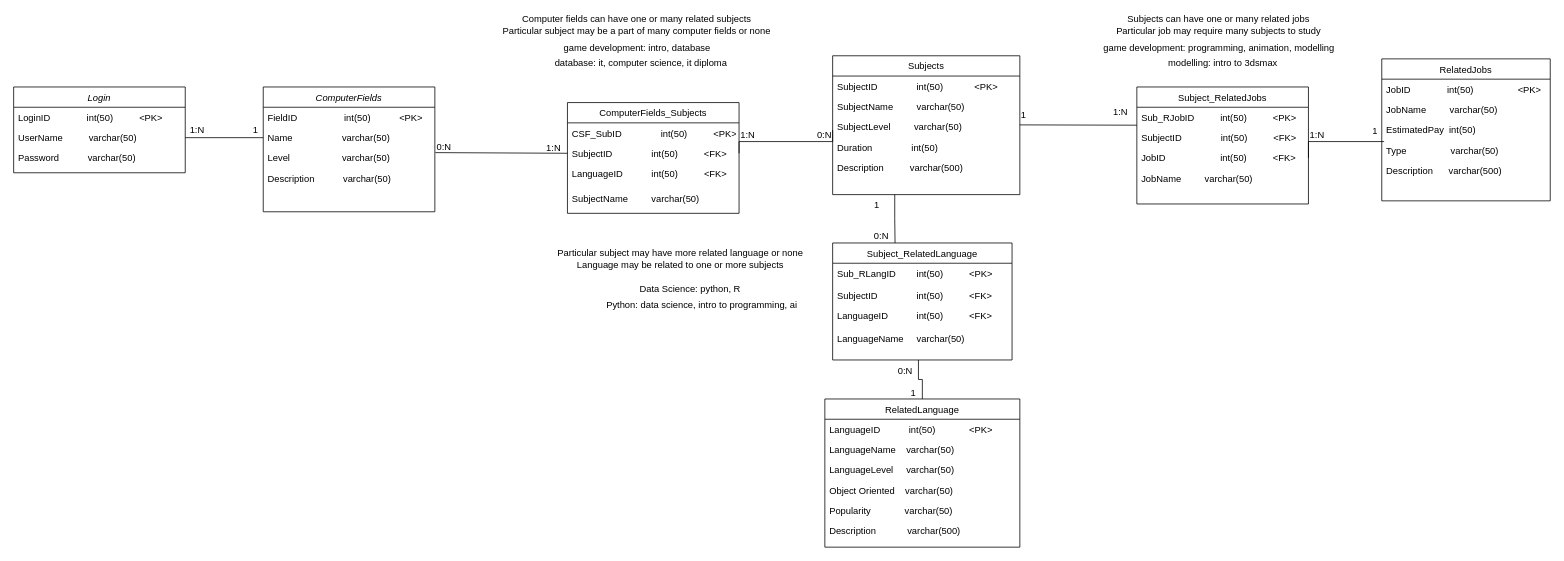
Earlier version of the draw.io diagram Artifacts/erd2.drawio (nikunj3011/DBProgrammingProject). Source tidied: cells renumbered, new cells numbered last; positions are measured from the earlier drawing's top-left corner, leaving out a move shared by most shapes. Both pictures are drawn from the tidied source at 78%, with x=0, y=0 at pixel (13, 16).
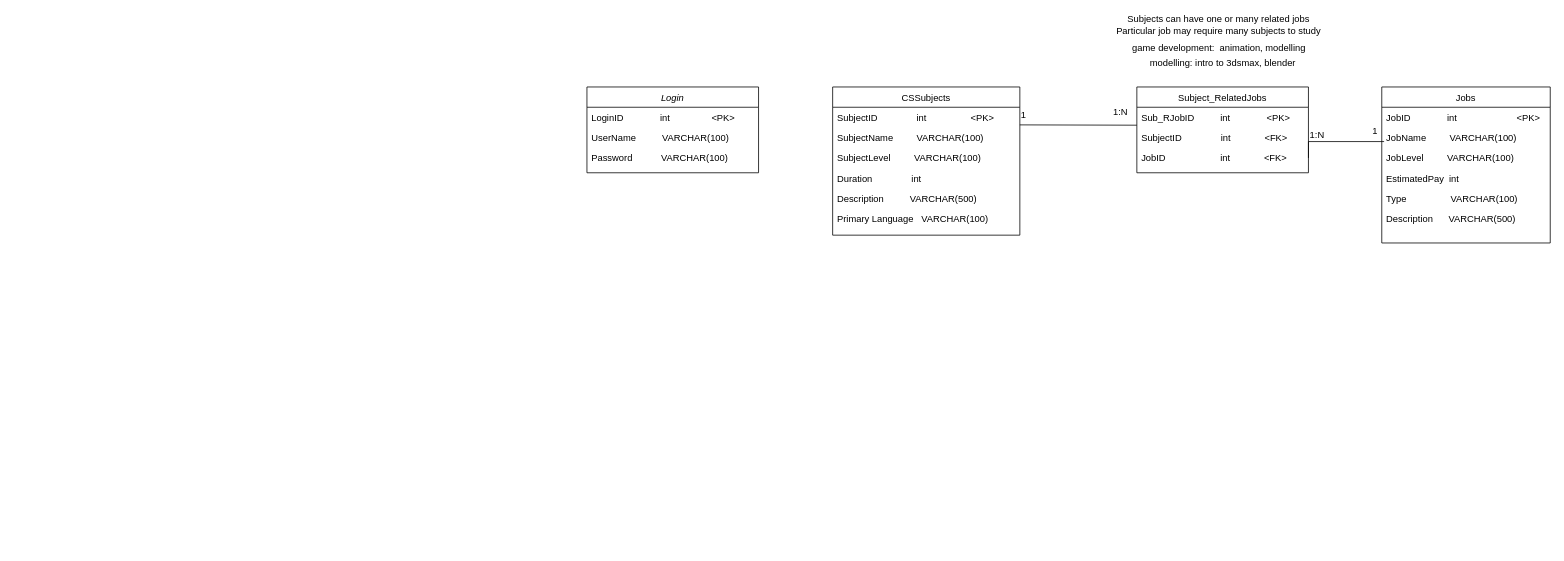
The same page after the edit.

The edit, as a diff of the source:
```diff
@@
-    <mxCell id="2" value="ComputerFields" style="swimlane;fontStyle=2;align=center;verticalAlign=top;horizontal=1;startSize=26;rounded=0;shadow=0;strokeWidth=1;" parent="1" vertex="1">
-      <mxGeometry x="320" y="90" width="220" height="160" as="geometry" />
-    </mxCell>
-    <mxCell id="3" value="FieldID                  int(50)           &lt;PK&gt;" style="text;align=left;verticalAlign=top;spacingLeft=4;spacingRight=4;overflow=hidden;" parent="2" vertex="1">
-      <mxGeometry y="26" width="220" height="26" as="geometry" />
-    </mxCell>
-    <mxCell id="4" value="Name                   varchar(50)" style="text;align=left;verticalAlign=top;spacingLeft=4;spacingRight=4;overflow=hidden;" parent="2" vertex="1">
-      <mxGeometry y="52" width="220" height="26" as="geometry" />
-    </mxCell>
-    <mxCell id="5" value="Level                    varchar(50)&#10;" style="text;align=left;verticalAlign=top;spacingLeft=4;spacingRight=4;overflow=hidden;points=[[0,0.5],[1,0.5]];portConstraint=eastwest;rounded=0;shadow=0;html=0;" parent="2" vertex="1">
-      <mxGeometry y="78" width="220" height="26" as="geometry" />
-    </mxCell>
-    <mxCell id="6" value="Description           varchar(50)" style="text;align=left;verticalAlign=top;spacingLeft=4;spacingRight=4;overflow=hidden;rounded=0;shadow=0;html=0;" parent="2" vertex="1">
-      <mxGeometry y="104" width="220" height="56" as="geometry" />
-    </mxCell>
-    <mxCell id="7" value="Subjects" style="swimlane;fontStyle=0;align=center;verticalAlign=top;horizontal=1;startSize=26;rounded=0;shadow=0;strokeWidth=1;" parent="1" vertex="1">
-      <mxGeometry x="1050" y="50" width="240" height="178" as="geometry" />
+    <mxCell id="7" value="CSSubjects" style="swimlane;fontStyle=0;align=center;verticalAlign=top;horizontal=1;startSize=26;rounded=0;shadow=0;strokeWidth=1;" parent="1" vertex="1">
+      <mxGeometry x="1050" y="90" width="240" height="190" as="geometry" />
     </mxCell>
-    <mxCell id="8" value="SubjectID               int(50)            &lt;PK&gt;&#10; " style="text;align=left;verticalAlign=top;spacingLeft=4;spacingRight=4;overflow=hidden;rounded=0;shadow=0;html=0;" parent="7" vertex="1">
+    <mxCell id="8" value="SubjectID               int                 &lt;PK&gt;&#10; " style="text;align=left;verticalAlign=top;spacingLeft=4;spacingRight=4;overflow=hidden;rounded=0;shadow=0;html=0;" parent="7" vertex="1">
       <mxGeometry y="26" width="240" height="26" as="geometry" />
     </mxCell>
-    <mxCell id="9" value="SubjectName         varchar(50)&#10;  " style="text;align=left;verticalAlign=top;spacingLeft=4;spacingRight=4;overflow=hidden;" parent="7" vertex="1">
+    <mxCell id="9" value="SubjectName         VARCHAR(100)&#10;  " style="text;align=left;verticalAlign=top;spacingLeft=4;spacingRight=4;overflow=hidden;" parent="7" vertex="1">
       <mxGeometry y="52" width="240" height="26" as="geometry" />
     </mxCell>
-    <mxCell id="10" value="SubjectLevel         varchar(50)" style="text;align=left;verticalAlign=top;spacingLeft=4;spacingRight=4;overflow=hidden;rounded=0;shadow=0;html=0;" parent="7" vertex="1">
+    <mxCell id="10" value="SubjectLevel         VARCHAR(100)" style="text;align=left;verticalAlign=top;spacingLeft=4;spacingRight=4;overflow=hidden;rounded=0;shadow=0;html=0;" parent="7" vertex="1">
       <mxGeometry y="78" width="240" height="26" as="geometry" />
     </mxCell>
-    <mxCell id="11" value="Duration               int(50)" style="text;align=left;verticalAlign=top;spacingLeft=4;spacingRight=4;overflow=hidden;rounded=0;shadow=0;html=0;" parent="7" vertex="1">
+    <mxCell id="11" value="Duration               int" style="text;align=left;verticalAlign=top;spacingLeft=4;spacingRight=4;overflow=hidden;rounded=0;shadow=0;html=0;" parent="7" vertex="1">
       <mxGeometry y="104" width="240" height="26" as="geometry" />
     </mxCell>
-    <mxCell id="12" value="Description          varchar(500)" style="text;align=left;verticalAlign=top;spacingLeft=4;spacingRight=4;overflow=hidden;rounded=0;shadow=0;html=0;" parent="7" vertex="1">
+    <mxCell id="12" value="Description          VARCHAR(500)" style="text;align=left;verticalAlign=top;spacingLeft=4;spacingRight=4;overflow=hidden;rounded=0;shadow=0;html=0;" parent="7" vertex="1">
       <mxGeometry y="130" width="240" height="26" as="geometry" />
     </mxCell>
-    <mxCell id="13" style="endArrow=none;shadow=0;strokeWidth=1;rounded=0;endFill=1;edgeStyle=elbowEdgeStyle;elbow=vertical;entryX=0;entryY=0.5;entryDx=0;entryDy=0;exitX=1.003;exitY=0.237;exitDx=0;exitDy=0;exitPerimeter=0;" parent="1" edge="1" source="5" target="69">
-      <mxGeometry x="0.5" y="41" relative="1" as="geometry">
-        <mxPoint x="-40" y="32" as="offset" />
-      </mxGeometry>
-    </mxCell>
-    <mxCell id="14" value="0:N" style="align=left;verticalAlign=bottom;labelBackgroundColor=none;fontSize=12;" parent="13" vertex="1">
-      <mxGeometry x="-1" relative="1" as="geometry">
-        <mxPoint y="1.2" as="offset" />
-      </mxGeometry>
-    </mxCell>
-    <mxCell id="15" value="1:N" style="align=right;verticalAlign=bottom;labelBackgroundColor=none;fontSize=12;" parent="13" vertex="1">
-      <mxGeometry x="1" relative="1" as="geometry">
-        <mxPoint x="-7" y="1.2" as="offset" />
-      </mxGeometry>
-    </mxCell>
-    <mxCell id="16" value="RelatedLanguage" style="swimlane;fontStyle=0;align=center;verticalAlign=top;horizontal=1;startSize=26;rounded=0;shadow=0;strokeWidth=1;" parent="1" vertex="1">
-      <mxGeometry x="1040" y="490" width="250" height="190" as="geometry" />
-    </mxCell>
-    <mxCell id="17" value="LanguageID           int(50)             &lt;PK&gt;&#10;" style="text;align=left;verticalAlign=top;spacingLeft=4;spacingRight=4;overflow=hidden;" parent="16" vertex="1">
-      <mxGeometry y="26" width="250" height="26" as="geometry" />
-    </mxCell>
-    <mxCell id="18" value="LanguageName    varchar(50)" style="text;align=left;verticalAlign=top;spacingLeft=4;spacingRight=4;overflow=hidden;" parent="16" vertex="1">
-      <mxGeometry y="52" width="250" height="26" as="geometry" />
-    </mxCell>
-    <mxCell id="19" value="LanguageLevel     varchar(50)&#10;" style="text;align=left;verticalAlign=top;spacingLeft=4;spacingRight=4;overflow=hidden;rounded=0;shadow=0;html=0;" parent="16" vertex="1">
-      <mxGeometry y="78" width="250" height="26" as="geometry" />
-    </mxCell>
-    <mxCell id="20" value="Object Oriented    varchar(50)&#10;" style="text;align=left;verticalAlign=top;spacingLeft=4;spacingRight=4;overflow=hidden;rounded=0;shadow=0;html=0;" parent="16" vertex="1">
-      <mxGeometry y="104" width="250" height="26" as="geometry" />
-    </mxCell>
-    <mxCell id="21" value="Popularity             varchar(50)" style="text;align=left;verticalAlign=top;spacingLeft=4;spacingRight=4;overflow=hidden;rounded=0;shadow=0;html=0;" parent="16" vertex="1">
-      <mxGeometry y="130" width="250" height="26" as="geometry" />
-    </mxCell>
-    <mxCell id="22" value="Description            varchar(500)" style="text;align=left;verticalAlign=top;spacingLeft=4;spacingRight=4;overflow=hidden;" parent="16" vertex="1">
-      <mxGeometry y="156" width="250" height="26" as="geometry" />
-    </mxCell>
-    <mxCell id="23" style="endArrow=none;shadow=0;strokeWidth=1;rounded=0;endFill=1;edgeStyle=elbowEdgeStyle;elbow=vertical;entryX=0.5;entryY=0;entryDx=0;entryDy=0;" parent="1" edge="1" target="16">
-      <mxGeometry x="0.5" y="41" relative="1" as="geometry">
-        <mxPoint x="1160" y="440" as="sourcePoint" />
-        <mxPoint x="-40" y="32" as="offset" />
-      </mxGeometry>
-    </mxCell>
-    <mxCell id="24" value="0:N" style="align=left;verticalAlign=bottom;labelBackgroundColor=none;fontSize=12;" parent="23" vertex="1">
-      <mxGeometry x="-1" relative="1" as="geometry">
-        <mxPoint x="-28" y="22" as="offset" />
-      </mxGeometry>
-    </mxCell>
-    <mxCell id="25" value="1" style="align=right;verticalAlign=bottom;labelBackgroundColor=none;fontSize=12;" parent="23" vertex="1">
-      <mxGeometry x="1" relative="1" as="geometry">
-        <mxPoint x="-7" y="0.3" as="offset" />
-      </mxGeometry>
-    </mxCell>
+    <mxCell id="75" value="Primary Language   VARCHAR(100)" style="text;align=left;verticalAlign=top;spacingLeft=4;spacingRight=4;overflow=hidden;rounded=0;shadow=0;html=0;" parent="7" vertex="1">
+      <mxGeometry y="156" width="240" height="26" as="geometry" />
+    </mxCell>
-    <mxCell id="26" value="RelatedJobs" style="swimlane;fontStyle=0;align=center;verticalAlign=top;horizontal=1;startSize=26;rounded=0;shadow=0;strokeWidth=1;" parent="1" vertex="1">
-      <mxGeometry x="1754" y="54" width="216" height="182" as="geometry" />
+    <mxCell id="26" value="Jobs" style="swimlane;fontStyle=0;align=center;verticalAlign=top;horizontal=1;startSize=26;rounded=0;shadow=0;strokeWidth=1;" parent="1" vertex="1">
+      <mxGeometry x="1754" y="90" width="216" height="200" as="geometry" />
     </mxCell>
-    <mxCell id="27" value="JobID              int(50)                 &lt;PK&gt;&#10;" style="text;align=left;verticalAlign=top;spacingLeft=4;spacingRight=4;overflow=hidden;rounded=0;shadow=0;html=0;" parent="26" vertex="1">
+    <mxCell id="27" value="JobID              int                       &lt;PK&gt;&#10;" style="text;align=left;verticalAlign=top;spacingLeft=4;spacingRight=4;overflow=hidden;rounded=0;shadow=0;html=0;" parent="26" vertex="1">
       <mxGeometry y="26" width="216" height="26" as="geometry" />
     </mxCell>
-    <mxCell id="28" value="JobName         varchar(50)" style="text;align=left;verticalAlign=top;spacingLeft=4;spacingRight=4;overflow=hidden;" parent="26" vertex="1">
+    <mxCell id="28" value="JobName         VARCHAR(100)" style="text;align=left;verticalAlign=top;spacingLeft=4;spacingRight=4;overflow=hidden;" parent="26" vertex="1">
       <mxGeometry y="52" width="216" height="26" as="geometry" />
     </mxCell>
+    <mxCell id="76" value="JobLevel         VARCHAR(100)" style="text;align=left;verticalAlign=top;spacingLeft=4;spacingRight=4;overflow=hidden;" parent="26" vertex="1">
+      <mxGeometry y="78" width="216" height="26" as="geometry" />
+    </mxCell>
-    <mxCell id="29" value="EstimatedPay  int(50)" style="text;align=left;verticalAlign=top;spacingLeft=4;spacingRight=4;overflow=hidden;rounded=0;shadow=0;html=0;" parent="26" vertex="1">
-      <mxGeometry y="78" width="216" height="26" as="geometry" />
+    <mxCell id="29" value="EstimatedPay  int" style="text;align=left;verticalAlign=top;spacingLeft=4;spacingRight=4;overflow=hidden;rounded=0;shadow=0;html=0;" parent="26" vertex="1">
+      <mxGeometry y="104" width="216" height="26" as="geometry" />
     </mxCell>
-    <mxCell id="30" value="Type                 varchar(50)" style="text;align=left;verticalAlign=top;spacingLeft=4;spacingRight=4;overflow=hidden;rounded=0;shadow=0;html=0;" parent="26" vertex="1">
-      <mxGeometry y="104" width="216" height="26" as="geometry" />
+    <mxCell id="30" value="Type                 VARCHAR(100)" style="text;align=left;verticalAlign=top;spacingLeft=4;spacingRight=4;overflow=hidden;rounded=0;shadow=0;html=0;" parent="26" vertex="1">
+      <mxGeometry y="130" width="216" height="26" as="geometry" />
     </mxCell>
-    <mxCell id="31" value="Description      varchar(500)" style="text;align=left;verticalAlign=top;spacingLeft=4;spacingRight=4;overflow=hidden;rounded=0;shadow=0;html=0;" parent="26" vertex="1">
-      <mxGeometry y="130" width="216" height="26" as="geometry" />
+    <mxCell id="31" value="Description      VARCHAR(500)" style="text;align=left;verticalAlign=top;spacingLeft=4;spacingRight=4;overflow=hidden;rounded=0;shadow=0;html=0;" parent="26" vertex="1">
+      <mxGeometry y="156" width="216" height="26" as="geometry" />
     </mxCell>
@@
     <mxCell id="35" value="Login" style="swimlane;fontStyle=2;align=center;verticalAlign=top;horizontal=1;startSize=26;rounded=0;shadow=0;strokeWidth=1;" parent="1" vertex="1">
-      <mxGeometry y="90" width="220" height="110" as="geometry" />
+      <mxGeometry x="735" y="90" width="220" height="110" as="geometry" />
     </mxCell>
-    <mxCell id="36" value="LoginID              int(50)          &lt;PK&gt;" style="text;align=left;verticalAlign=top;spacingLeft=4;spacingRight=4;overflow=hidden;" parent="35" vertex="1">
+    <mxCell id="36" value="LoginID              int                &lt;PK&gt;" style="text;align=left;verticalAlign=top;spacingLeft=4;spacingRight=4;overflow=hidden;" parent="35" vertex="1">
       <mxGeometry y="26" width="220" height="26" as="geometry" />
     </mxCell>
-    <mxCell id="37" value="UserName          varchar(50)" style="text;align=left;verticalAlign=top;spacingLeft=4;spacingRight=4;overflow=hidden;points=[[0,0.5],[1,0.5]];portConstraint=eastwest;rounded=0;shadow=0;html=0;" parent="35" vertex="1">
+    <mxCell id="37" value="UserName          VARCHAR(100)" style="text;align=left;verticalAlign=top;spacingLeft=4;spacingRight=4;overflow=hidden;points=[[0,0.5],[1,0.5]];portConstraint=eastwest;rounded=0;shadow=0;html=0;" parent="35" vertex="1">
       <mxGeometry y="52" width="220" height="26" as="geometry" />
     </mxCell>
-    <mxCell id="38" value="Password           varchar(50)&#10;" style="text;align=left;verticalAlign=top;spacingLeft=4;spacingRight=4;overflow=hidden;" parent="35" vertex="1">
+    <mxCell id="38" value="Password           VARCHAR(100)&#10;" style="text;align=left;verticalAlign=top;spacingLeft=4;spacingRight=4;overflow=hidden;" parent="35" vertex="1">
       <mxGeometry y="78" width="220" height="26" as="geometry" />
     </mxCell>
-    <mxCell id="39" style="endArrow=none;html=1;" parent="1" edge="1" source="37">
-      <mxGeometry relative="1" as="geometry">
-        <mxPoint x="320" y="155" as="targetPoint" />
-      </mxGeometry>
-    </mxCell>
-    <mxCell id="40" value="1:N" style="text;html=1;align=center;verticalAlign=middle;" parent="1" vertex="1">
-      <mxGeometry x="220" y="135" width="30" height="20" as="geometry" />
-    </mxCell>
-    <mxCell id="41" value="1&lt;br&gt;" style="text;html=1;align=center;verticalAlign=middle;" parent="1" vertex="1">
-      <mxGeometry x="300" y="135" width="20" height="20" as="geometry" />
-    </mxCell>
-    <mxCell id="42" value="Computer fields can have one or many related subjects&lt;br&gt;Particular subject may be a part of many computer fields or none" style="text;html=1;strokeColor=none;fillColor=none;align=center;verticalAlign=middle;whiteSpace=wrap;rounded=0;" parent="1" vertex="1">
-      <mxGeometry x="614" width="370" height="20" as="geometry" />
-    </mxCell>
-    <mxCell id="43" value="Particular subject may have more related language or none&lt;br&gt;Language may be related to one or more subjects" style="text;html=1;strokeColor=none;fillColor=none;align=center;verticalAlign=middle;whiteSpace=wrap;rounded=0;" parent="1" vertex="1">
-      <mxGeometry x="670" y="300" width="370" height="20" as="geometry" />
-    </mxCell>
-    <mxCell id="44" value="Data Science: python, R" style="text;html=1;align=center;verticalAlign=middle;" parent="1" vertex="1">
-      <mxGeometry x="792" y="340" width="150" height="20" as="geometry" />
-    </mxCell>
-    <mxCell id="45" value="Python: data science, intro to programming, ai" style="text;html=1;align=center;verticalAlign=middle;" parent="1" vertex="1">
-      <mxGeometry x="752" y="360" width="260" height="20" as="geometry" />
-    </mxCell>
-    <mxCell id="46" value="game development: intro, database" style="text;html=1;align=center;verticalAlign=middle;" parent="1" vertex="1">
-      <mxGeometry x="699" y="30" width="200" height="20" as="geometry" />
-    </mxCell>
-    <mxCell id="47" value="database: it, computer science, it diploma" style="text;html=1;align=center;verticalAlign=middle;" parent="1" vertex="1">
-      <mxGeometry x="684" y="50" width="240" height="20" as="geometry" />
-    </mxCell>
@@
-    <mxCell id="49" value="game development: programming, animation, modelling" style="text;html=1;align=center;verticalAlign=middle;" parent="1" vertex="1">
-      <mxGeometry x="1390" y="30" width="310" height="20" as="geometry" />
+    <mxCell id="49" value="game development:&amp;nbsp; animation, modelling" style="text;html=1;align=center;verticalAlign=middle;" parent="1" vertex="1">
+      <mxGeometry x="1425" y="30" width="240" height="20" as="geometry" />
     </mxCell>
-    <mxCell id="50" value="modelling: intro to 3dsmax" style="text;html=1;align=center;verticalAlign=middle;" parent="1" vertex="1">
-      <mxGeometry x="1470" y="50" width="160" height="20" as="geometry" />
+    <mxCell id="50" value="modelling: intro to 3dsmax, blender" style="text;html=1;align=center;verticalAlign=middle;" parent="1" vertex="1">
+      <mxGeometry x="1450" y="50" width="200" height="20" as="geometry" />
     </mxCell>
     <mxCell id="51" value="Subject_RelatedJobs" style="swimlane;fontStyle=0;align=center;verticalAlign=top;horizontal=1;startSize=26;rounded=0;shadow=0;strokeWidth=1;" parent="1" vertex="1">
-      <mxGeometry x="1440" y="90" width="220" height="150" as="geometry" />
+      <mxGeometry x="1440" y="90" width="220" height="110" as="geometry" />
     </mxCell>
-    <mxCell id="52" value="Sub_RJobID          int(50)          &lt;PK&gt;&#10;" style="text;align=left;verticalAlign=top;spacingLeft=4;spacingRight=4;overflow=hidden;" parent="51" vertex="1">
+    <mxCell id="52" value="Sub_RJobID          int              &lt;PK&gt;&#10;" style="text;align=left;verticalAlign=top;spacingLeft=4;spacingRight=4;overflow=hidden;" parent="51" vertex="1">
       <mxGeometry y="26" width="220" height="26" as="geometry" />
     </mxCell>
-    <mxCell id="53" value="SubjectID               int(50)          &lt;FK&gt;&#10; " style="text;align=left;verticalAlign=top;spacingLeft=4;spacingRight=4;overflow=hidden;rounded=0;shadow=0;html=0;" parent="51" vertex="1">
+    <mxCell id="53" value="SubjectID               int             &lt;FK&gt;&#10; " style="text;align=left;verticalAlign=top;spacingLeft=4;spacingRight=4;overflow=hidden;rounded=0;shadow=0;html=0;" parent="51" vertex="1">
       <mxGeometry y="52" width="220" height="26" as="geometry" />
     </mxCell>
-    <mxCell id="54" value="JobID                     int(50)          &lt;FK&gt;&#10;" style="text;align=left;verticalAlign=top;spacingLeft=4;spacingRight=4;overflow=hidden;points=[[0,0.5],[1,0.5]];portConstraint=eastwest;" parent="51" vertex="1">
+    <mxCell id="54" value="JobID                     int             &lt;FK&gt;&#10;" style="text;align=left;verticalAlign=top;spacingLeft=4;spacingRight=4;overflow=hidden;points=[[0,0.5],[1,0.5]];portConstraint=eastwest;" parent="51" vertex="1">
       <mxGeometry y="78" width="220" height="26" as="geometry" />
     </mxCell>
-    <mxCell id="55" value="JobName         varchar(50)" style="text;align=left;verticalAlign=top;spacingLeft=4;spacingRight=4;overflow=hidden;" parent="51" vertex="1">
-      <mxGeometry y="104" width="220" height="26" as="geometry" />
-    </mxCell>
@@
-    <mxCell id="59" value="Subject_RelatedLanguage" style="swimlane;fontStyle=0;align=center;verticalAlign=top;horizontal=1;startSize=26;rounded=0;shadow=0;strokeWidth=1;" parent="1" vertex="1">
-      <mxGeometry x="1050" y="290" width="230" height="150" as="geometry" />
-    </mxCell>
-    <mxCell id="60" value="Sub_RLangID        int(50)          &lt;PK&gt;" style="text;align=left;verticalAlign=top;spacingLeft=4;spacingRight=4;overflow=hidden;" parent="59" vertex="1">
-      <mxGeometry y="26" width="230" height="28" as="geometry" />
-    </mxCell>
-    <mxCell id="61" value="SubjectID               int(50)          &lt;FK&gt;&#10; " style="text;align=left;verticalAlign=top;spacingLeft=4;spacingRight=4;overflow=hidden;rounded=0;shadow=0;html=0;" parent="59" vertex="1">
-      <mxGeometry y="54" width="230" height="26" as="geometry" />
-    </mxCell>
-    <mxCell id="62" value="LanguageID           int(50)          &lt;FK&gt;" style="text;align=left;verticalAlign=top;spacingLeft=4;spacingRight=4;overflow=hidden;" parent="59" vertex="1">
-      <mxGeometry y="80" width="230" height="30" as="geometry" />
-    </mxCell>
-    <mxCell id="63" value="LanguageName     varchar(50)" style="text;align=left;verticalAlign=top;spacingLeft=4;spacingRight=4;overflow=hidden;" parent="59" vertex="1">
-      <mxGeometry y="110" width="230" height="30" as="geometry" />
-    </mxCell>
-    <mxCell id="64" style="endArrow=none;shadow=0;strokeWidth=1;rounded=0;endFill=1;edgeStyle=elbowEdgeStyle;elbow=vertical;" parent="1" edge="1">
-      <mxGeometry x="0.5" y="41" relative="1" as="geometry">
-        <mxPoint x="1129.6" y="228" as="sourcePoint" />
-        <mxPoint x="1130" y="290" as="targetPoint" />
-        <mxPoint x="-40" y="32" as="offset" />
-      </mxGeometry>
-    </mxCell>
-    <mxCell id="65" value="1" style="align=left;verticalAlign=bottom;labelBackgroundColor=none;fontSize=12;" parent="64" vertex="1">
-      <mxGeometry x="-1" relative="1" as="geometry">
-        <mxPoint x="-28" y="22" as="offset" />
-      </mxGeometry>
-    </mxCell>
-    <mxCell id="66" value="0:N" style="align=right;verticalAlign=bottom;labelBackgroundColor=none;fontSize=12;" parent="64" vertex="1">
-      <mxGeometry x="1" relative="1" as="geometry">
-        <mxPoint x="-7" y="0.3" as="offset" />
-      </mxGeometry>
-    </mxCell>
-    <mxCell id="67" value="ComputerFields_Subjects" style="swimlane;fontStyle=0;align=center;verticalAlign=top;horizontal=1;startSize=26;rounded=0;shadow=0;strokeWidth=1;" parent="1" vertex="1">
-      <mxGeometry x="710" y="110" width="220" height="142" as="geometry" />
-    </mxCell>
-    <mxCell id="68" value="CSF_SubID               int(50)          &lt;PK&gt;&#10; " style="text;align=left;verticalAlign=top;spacingLeft=4;spacingRight=4;overflow=hidden;rounded=0;shadow=0;html=0;" parent="67" vertex="1">
-      <mxGeometry y="26" width="220" height="26" as="geometry" />
-    </mxCell>
-    <mxCell id="69" value="SubjectID               int(50)          &lt;FK&gt;&#10; " style="text;align=left;verticalAlign=top;spacingLeft=4;spacingRight=4;overflow=hidden;points=[[0,0.5],[1,0.5]];portConstraint=eastwest;rounded=0;shadow=0;html=0;" parent="67" vertex="1">
-      <mxGeometry y="52" width="220" height="26" as="geometry" />
-    </mxCell>
-    <mxCell id="70" value="LanguageID           int(50)          &lt;FK&gt;" style="text;align=left;verticalAlign=top;spacingLeft=4;spacingRight=4;overflow=hidden;" parent="67" vertex="1">
-      <mxGeometry y="78" width="220" height="32" as="geometry" />
-    </mxCell>
-    <mxCell id="71" value="SubjectName         varchar(50)       " style="text;align=left;verticalAlign=top;spacingLeft=4;spacingRight=4;overflow=hidden;" parent="67" vertex="1">
-      <mxGeometry y="110" width="220" height="32" as="geometry" />
-    </mxCell>
-    <mxCell id="72" style="endArrow=none;shadow=0;strokeWidth=1;rounded=0;endFill=1;edgeStyle=elbowEdgeStyle;elbow=vertical;exitX=1;exitY=0.5;exitDx=0;exitDy=0;" parent="1" edge="1" source="69">
-      <mxGeometry x="0.5" y="41" relative="1" as="geometry">
-        <mxPoint x="1050" y="145.3" as="targetPoint" />
-        <mxPoint x="-40" y="32" as="offset" />
-      </mxGeometry>
-    </mxCell>
-    <mxCell id="73" value="1:N" style="align=left;verticalAlign=bottom;labelBackgroundColor=none;fontSize=12;" parent="72" vertex="1">
-      <mxGeometry x="-1" relative="1" as="geometry">
-        <mxPoint y="-15" as="offset" />
-      </mxGeometry>
-    </mxCell>
-    <mxCell id="74" value="0:N" style="align=right;verticalAlign=bottom;labelBackgroundColor=none;fontSize=12;" parent="72" vertex="1">
-      <mxGeometry x="1" relative="1" as="geometry">
-        <mxPoint y="15" as="offset" />
-      </mxGeometry>
-    </mxCell>
```
